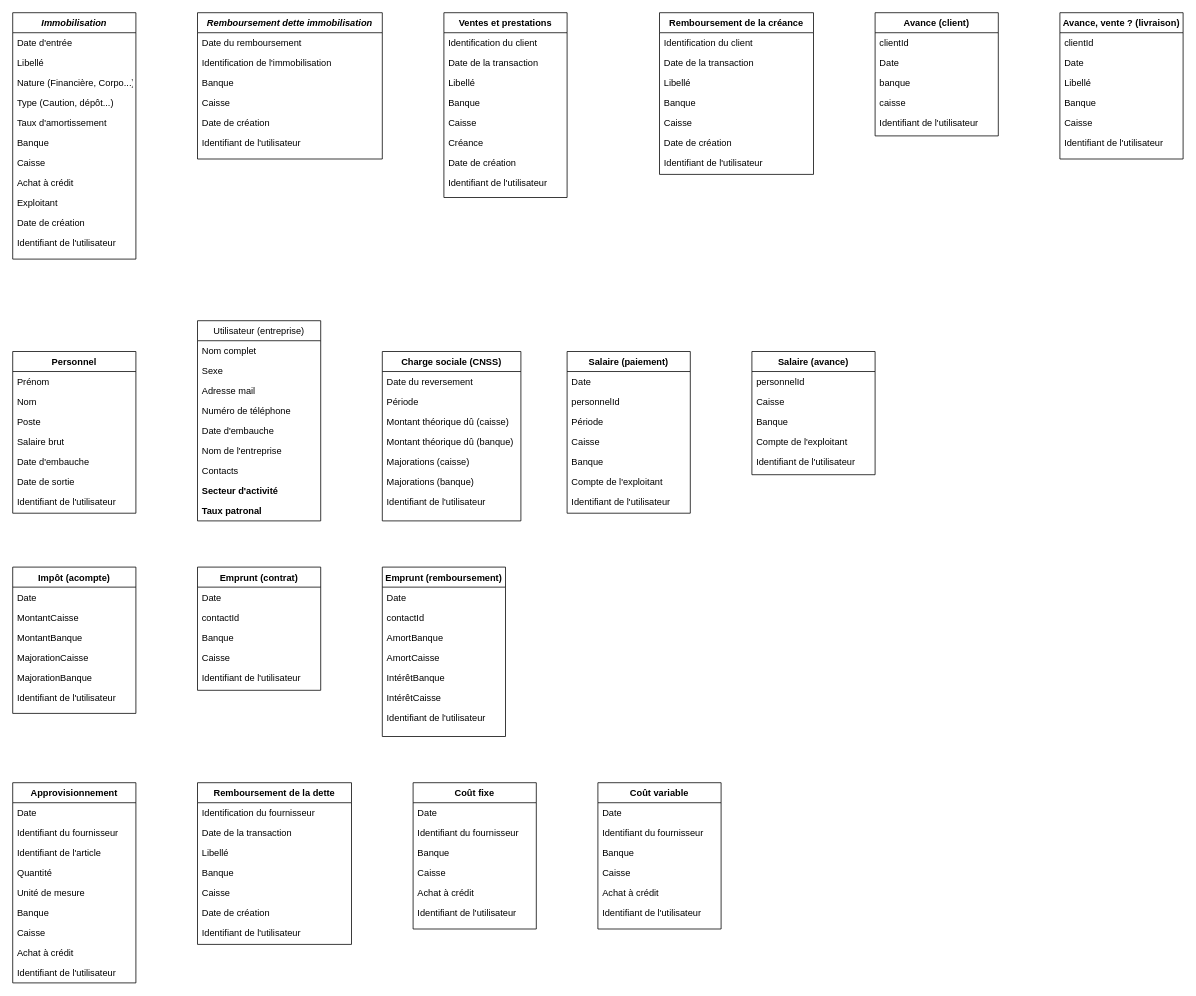
This is Mon Coach.drawio from arso1er/dashboard-draw-maison-rouge, a draw.io file, before an edit. Source tidied: cells renumbered, new cells numbered last; positions are measured from the earlier drawing's top-left corner, leaving out a move shared by most shapes. Both pictures are drawn from the tidied source at 77%, with x=0, y=0 at pixel (12, 12).
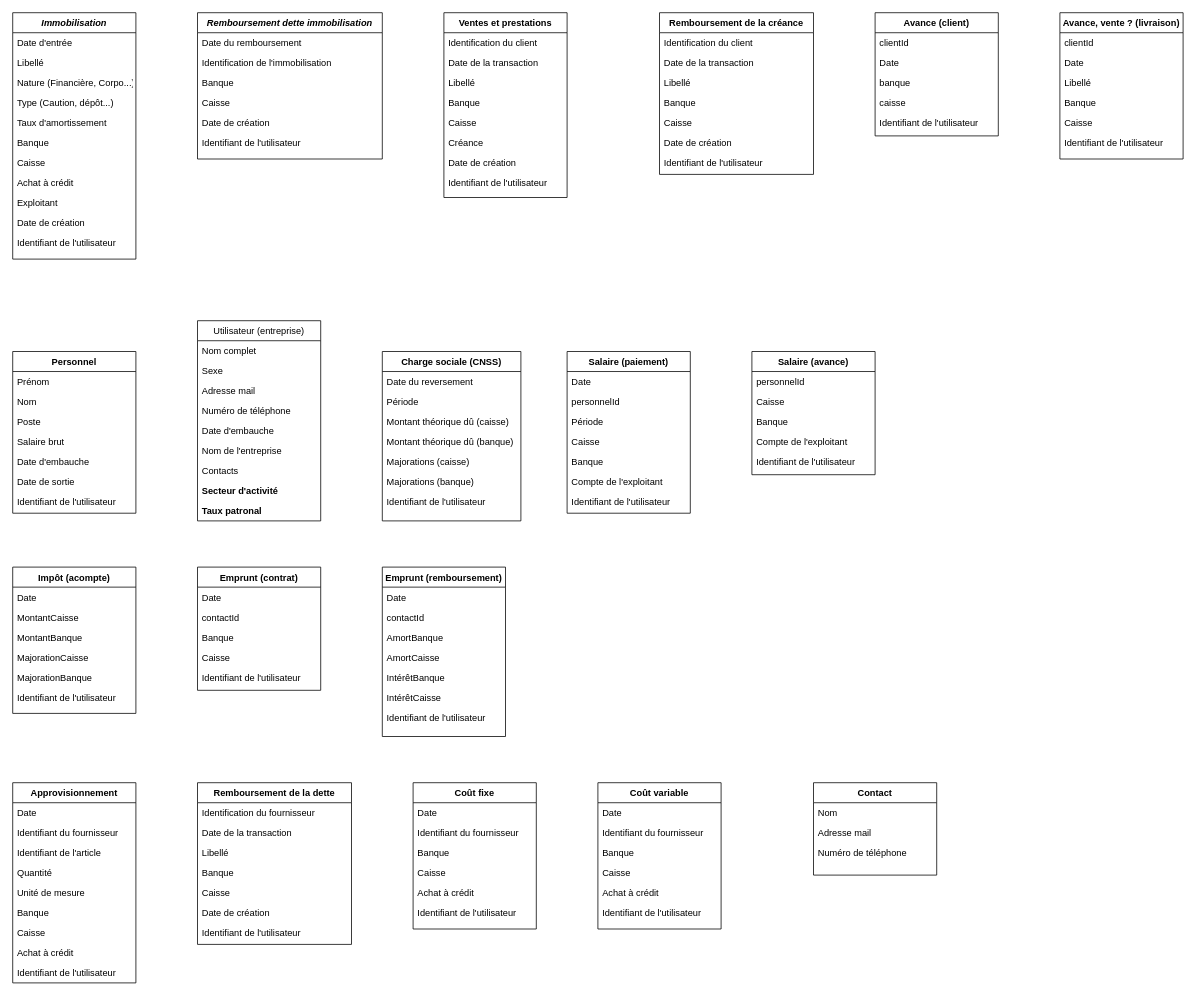
The same diagram, later.

Commit message:
Ajout contact Mon Coach.drawio

What changed in the source:
```diff
@@
+    <mxCell id="144" value="Contact" style="swimlane;fontStyle=1;align=center;verticalAlign=top;horizontal=1;startSize=26;rounded=0;shadow=0;strokeWidth=1;" parent="1" vertex="1">
+      <mxGeometry x="1040" y="1000" width="160" height="120" as="geometry" />
+    </mxCell>
+    <mxCell id="145" value="Nom" style="text;align=left;verticalAlign=top;spacingLeft=4;spacingRight=4;overflow=hidden;" parent="144" vertex="1">
+      <mxGeometry y="26" width="160" height="26" as="geometry" />
+    </mxCell>
+    <mxCell id="146" value="Adresse mail" style="text;align=left;verticalAlign=top;spacingLeft=4;spacingRight=4;overflow=hidden;rounded=0;shadow=0;html=0;" parent="144" vertex="1">
+      <mxGeometry y="52" width="160" height="26" as="geometry" />
+    </mxCell>
+    <mxCell id="147" value="Numéro de téléphone" style="text;align=left;verticalAlign=top;spacingLeft=4;spacingRight=4;overflow=hidden;rounded=0;shadow=0;html=0;" parent="144" vertex="1">
+      <mxGeometry y="78" width="160" height="26" as="geometry" />
+    </mxCell>
```
